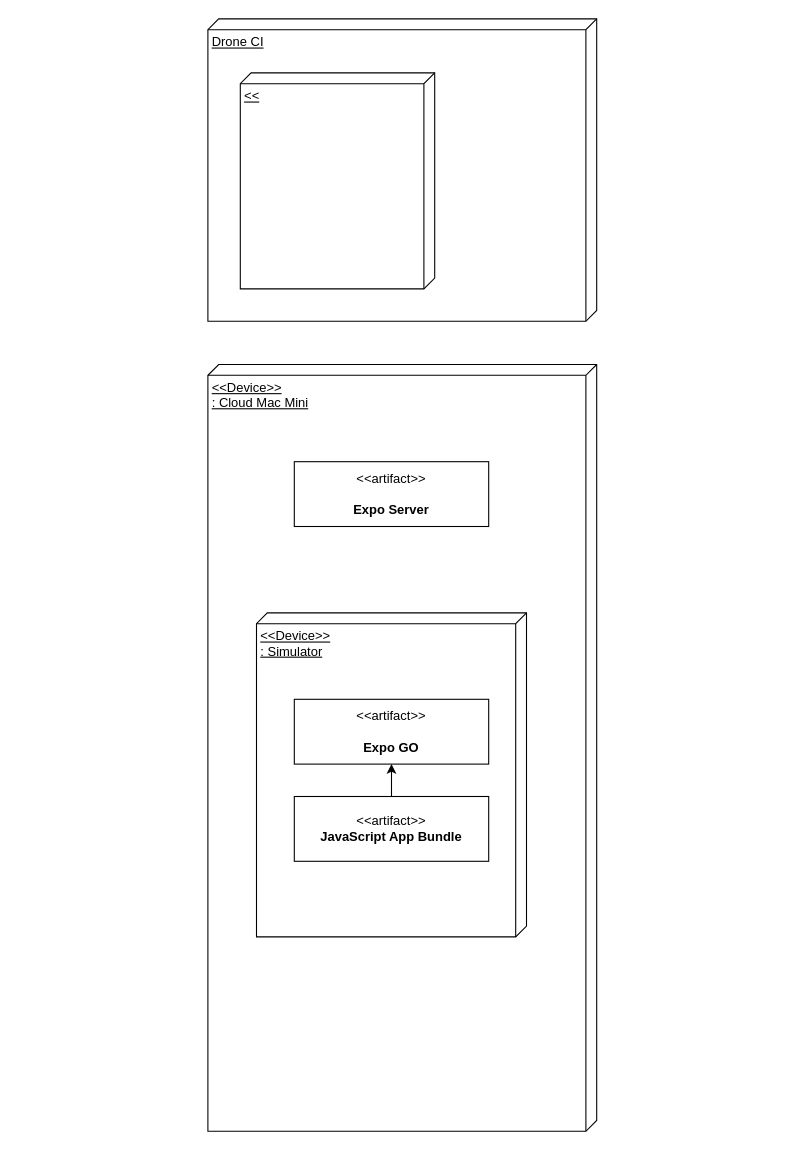
Earlier version of the draw.io diagram page "Physical view" (3 of 5) of 4+1.drawio (luukvankooten/draw.io). Source tidied: cells renumbered, new cells numbered last; positions are measured from the earlier drawing's top-left corner, leaving out a move shared by most shapes. Both pictures are drawn from the tidied source at 108%, with x=0, y=0 at pixel (207, 18).
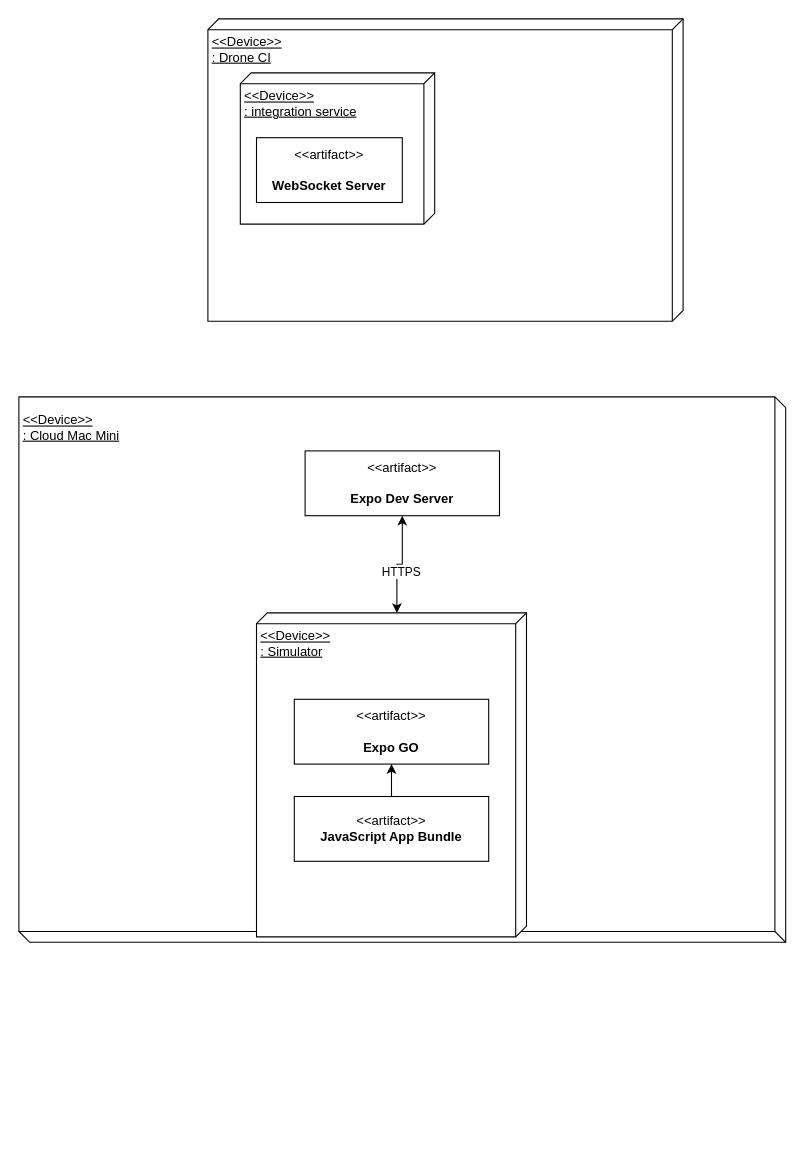
The same page after the edit.

The edit, as a diff of the source:
```diff
@@
 <mxGraphModel>
   <root>
     <mxCell id="0" />
     <mxCell id="1" parent="0" />
-    <mxCell id="2" value="Drone CI" style="verticalAlign=top;align=left;spacingTop=8;spacingLeft=2;spacingRight=12;shape=cube;size=10;direction=south;fontStyle=4;html=1;whiteSpace=wrap;" parent="1" vertex="1">
-      <mxGeometry width="360" height="280" as="geometry" />
+    <mxCell id="2" value="&amp;lt;&amp;lt;Device&amp;gt;&amp;gt;&lt;br&gt;: Drone CI" style="verticalAlign=top;align=left;spacingTop=8;spacingLeft=2;spacingRight=12;shape=cube;size=10;direction=south;fontStyle=4;html=1;whiteSpace=wrap;" parent="1" vertex="1">
+      <mxGeometry width="440" height="280" as="geometry" />
     </mxCell>
-    <mxCell id="3" value="&amp;lt;&amp;lt;Device&amp;gt;&amp;gt;&lt;br&gt;: Cloud Mac Mini" style="verticalAlign=top;align=left;spacingTop=8;spacingLeft=2;spacingRight=12;shape=cube;size=10;direction=south;fontStyle=4;html=1;whiteSpace=wrap;" parent="1" vertex="1">
-      <mxGeometry y="320" width="360" height="710" as="geometry" />
+    <mxCell id="3" value="&amp;lt;&amp;lt;Device&amp;gt;&amp;gt;&lt;br&gt;: Cloud Mac Mini" style="verticalAlign=top;align=left;spacingTop=8;spacingLeft=2;spacingRight=12;shape=cube;size=10;direction=west;fontStyle=4;html=1;whiteSpace=wrap;" parent="1" vertex="1">
+      <mxGeometry x="-175" y="350" width="710" height="505" as="geometry" />
     </mxCell>
-    <mxCell id="4" value="&amp;lt;&amp;lt;" style="verticalAlign=top;align=left;spacingTop=8;spacingLeft=2;spacingRight=12;shape=cube;size=10;direction=south;fontStyle=4;html=1;whiteSpace=wrap;" parent="1" vertex="1">
-      <mxGeometry x="30" y="50" width="180" height="200" as="geometry" />
+    <mxCell id="4" value="&amp;lt;&amp;lt;Device&amp;gt;&amp;gt;&lt;br&gt;: integration service" style="verticalAlign=top;align=left;spacingTop=8;spacingLeft=2;spacingRight=12;shape=cube;size=10;direction=south;fontStyle=4;html=1;whiteSpace=wrap;" parent="1" vertex="1">
+      <mxGeometry x="30" y="50" width="180" height="140" as="geometry" />
     </mxCell>
     <mxCell id="5" value="&amp;lt;&amp;lt;Device&amp;gt;&amp;gt;&lt;br&gt;: Simulator" style="verticalAlign=top;align=left;spacingTop=8;spacingLeft=2;spacingRight=12;shape=cube;size=10;direction=south;fontStyle=4;html=1;whiteSpace=wrap;" parent="1" vertex="1">
       <mxGeometry x="45" y="550" width="250" height="300" as="geometry" />
     </mxCell>
-    <mxCell id="6" value="&amp;lt;&amp;lt;artifact&amp;gt;&amp;gt;&lt;br&gt;&lt;br&gt;&lt;b&gt;Expo Server&lt;br&gt;&lt;/b&gt;" style="html=1;align=center;verticalAlign=middle;dashed=0;whiteSpace=wrap;" parent="1" vertex="1">
-      <mxGeometry x="80" y="410" width="180" height="60" as="geometry" />
+    <mxCell id="6" value="&amp;lt;&amp;lt;artifact&amp;gt;&amp;gt;&lt;br&gt;&lt;br&gt;&lt;b&gt;Expo Dev Server&lt;br&gt;&lt;/b&gt;" style="html=1;align=center;verticalAlign=middle;dashed=0;whiteSpace=wrap;" parent="1" vertex="1">
+      <mxGeometry x="90" y="400" width="180" height="60" as="geometry" />
     </mxCell>
     <mxCell id="7" value="&amp;lt;&amp;lt;artifact&amp;gt;&amp;gt;&lt;br&gt;&lt;br&gt;&lt;b&gt;Expo GO&lt;br&gt;&lt;/b&gt;" style="html=1;align=center;verticalAlign=middle;dashed=0;whiteSpace=wrap;" parent="1" vertex="1">
       <mxGeometry x="80" y="630" width="180" height="60" as="geometry" />
     </mxCell>
     <mxCell id="8" style="edgeStyle=orthogonalEdgeStyle;rounded=0;jettySize=auto;html=1;entryX=0.5;entryY=1;entryDx=0;entryDy=0;" parent="1" edge="1" source="9" target="7">
       <mxGeometry relative="1" as="geometry" />
     </mxCell>
     <mxCell id="9" value="&amp;lt;&amp;lt;artifact&amp;gt;&amp;gt;&lt;br&gt;&lt;b&gt;JavaScript App Bundle&lt;br&gt;&lt;/b&gt;" style="html=1;align=center;verticalAlign=middle;dashed=0;whiteSpace=wrap;" parent="1" vertex="1">
       <mxGeometry x="80" y="720" width="180" height="60" as="geometry" />
     </mxCell>
+    <mxCell id="10" style="edgeStyle=orthogonalEdgeStyle;rounded=0;jettySize=auto;html=1;entryX=0;entryY=0;entryDx=0;entryDy=120;entryPerimeter=0;startArrow=classic;startFill=1;" parent="1" edge="1" source="6" target="5">
+      <mxGeometry relative="1" as="geometry" />
+    </mxCell>
+    <mxCell id="11" value="HTTPS" style="edgeLabel;html=1;align=center;verticalAlign=middle;" parent="10" vertex="1">
+      <mxGeometry x="0.16" y="3" relative="1" as="geometry">
+        <mxPoint y="1" as="offset" />
+      </mxGeometry>
+    </mxCell>
+    <mxCell id="12" value="&amp;lt;&amp;lt;artifact&amp;gt;&amp;gt;&lt;br&gt;&lt;br&gt;&lt;b&gt;WebSocket Server&lt;br&gt;&lt;/b&gt;" style="html=1;align=center;verticalAlign=middle;dashed=0;whiteSpace=wrap;" parent="1" vertex="1">
+      <mxGeometry x="45" y="110" width="135" height="60" as="geometry" />
+    </mxCell>
   </root>
 </mxGraphModel>
```
